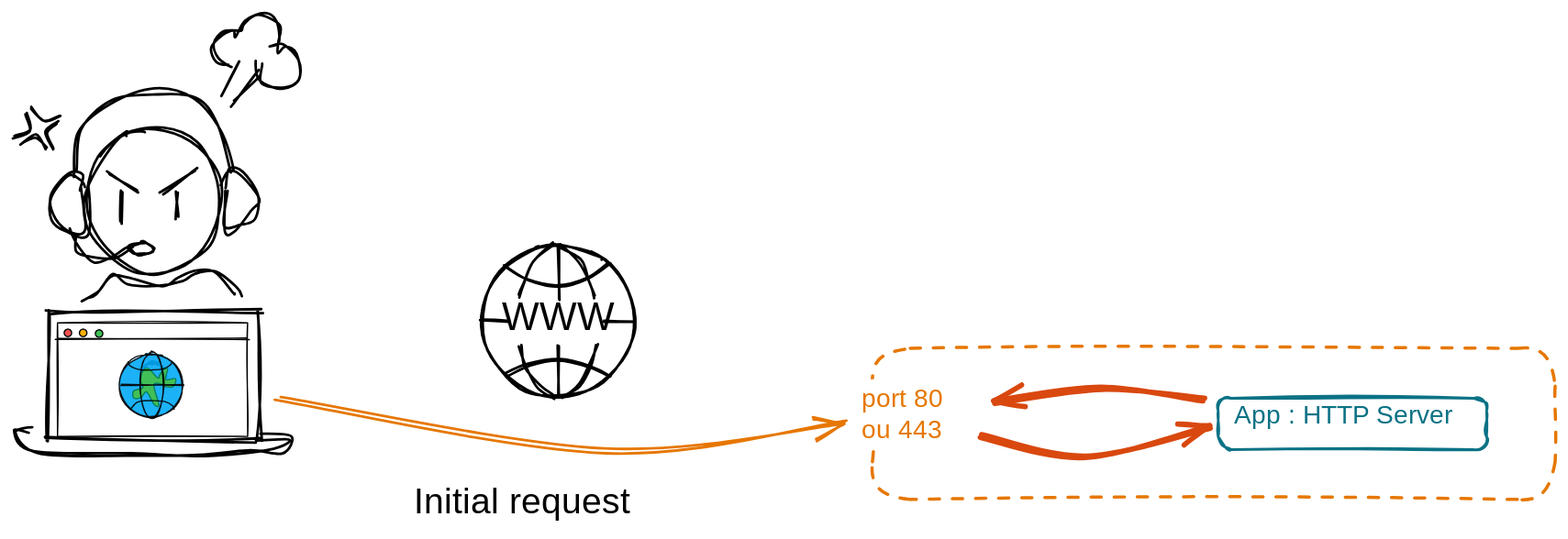
This is notebooks/media/cookie1.excalidraw.svg from ue22-p25/backend, a Excalidraw export, as it was before one commit. Source tidied: one line per element, renumbered; positions are measured from the earlier drawing's top-left corner, leaving out a move shared by most shapes.
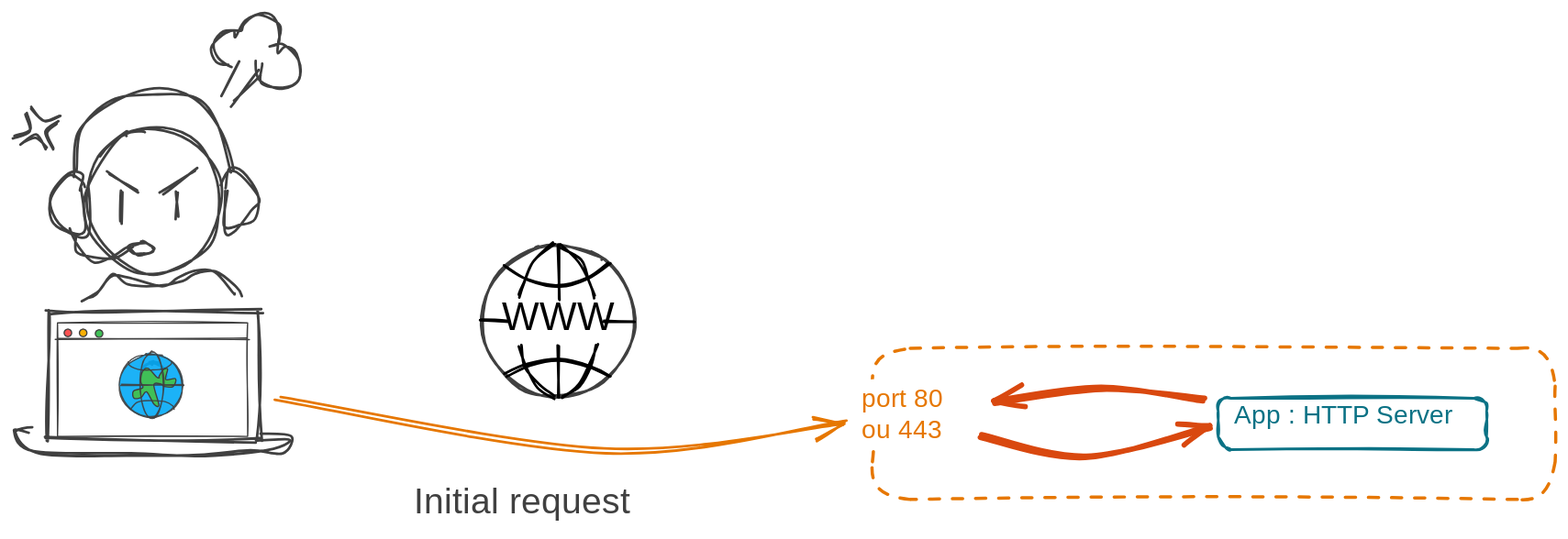
The same diagram one commit later.

What changed in the source:
```diff
@@ -1,40 +1,40 @@
 {"id": 0, "type": "rectangle", "strokeColor": "#0b7285", "strokeWidth": 2, "roughness": 2, "round": true, "x": 939, "y": 298, "width": 209, "height": 40}
 {"id": 1, "type": "text", "text": "App : HTTP Server", "strokeColor": "#0b7285", "strokeWidth": 2, "roughness": 2, "fontSize": 20, "fontFamily": 1, "x": 951, "y": 300, "width": 186, "height": 24}
-{"id": 2, "type": "ellipse", "strokeColor": "#000", "strokeWidth": 2, "roughness": 2, "round": true, "x": 55, "y": 88, "width": 108, "height": 112}
+{"id": 2, "type": "ellipse", "strokeColor": "#404040", "strokeWidth": 2, "roughness": 2, "round": true, "x": 55, "y": 88, "width": 108, "height": 112}
-{"id": 3, "type": "line", "strokeColor": "#000", "strokeWidth": 2, "roughness": 2, "round": true, "x": 55, "y": 136, "width": 25, "height": 44, "points": [[0, 0], [0, -13], [-14, -11], [-25, 5], [-22, 22], [-10, 30], [0, 31], [0, 0]]}
+{"id": 3, "type": "line", "strokeColor": "#404040", "strokeWidth": 2, "roughness": 2, "round": true, "x": 55, "y": 136, "width": 25, "height": 44, "points": [[0, 0], [0, -13], [-14, -11], [-25, 5], [-22, 22], [-10, 30], [0, 31], [0, 0]]}
-{"id": 4, "type": "line", "strokeColor": "#000", "strokeWidth": 2, "roughness": 2, "round": true, "x": 167, "y": 134, "width": 24, "height": 44, "points": [[0, 0], [0, -13], [14, -11], [24, 5], [22, 22], [10, 30], [0, 31], [0, 0]]}
+{"id": 4, "type": "line", "strokeColor": "#404040", "strokeWidth": 2, "roughness": 2, "round": true, "x": 167, "y": 134, "width": 24, "height": 44, "points": [[0, 0], [0, -13], [14, -11], [24, 5], [22, 22], [10, 30], [0, 31], [0, 0]]}
-{"id": 5, "type": "line", "strokeColor": "#000", "strokeWidth": 2, "roughness": 2, "round": true, "x": 47, "y": 123, "width": 122, "height": 64, "points": [[0, 0], [7, -33], [29, -58], [61, -64], [94, -58], [114, -37], [122, -3]]}
+{"id": 5, "type": "line", "strokeColor": "#404040", "strokeWidth": 2, "roughness": 2, "round": true, "x": 47, "y": 123, "width": 122, "height": 64, "points": [[0, 0], [7, -33], [29, -58], [61, -64], [94, -58], [114, -37], [122, -3]]}
-{"id": 6, "type": "line", "strokeColor": "#000", "strokeWidth": 2, "roughness": 2, "round": true, "x": 45, "y": 167, "width": 46, "height": 23, "points": [[0, 0], [6, 13], [17, 23], [32, 22], [46, 15]]}
+{"id": 6, "type": "line", "strokeColor": "#404040", "strokeWidth": 2, "roughness": 2, "round": true, "x": 45, "y": 167, "width": 46, "height": 23, "points": [[0, 0], [6, 13], [17, 23], [32, 22], [46, 15]]}
-{"id": 7, "type": "ellipse", "strokeColor": "#000", "strokeWidth": 2, "roughness": 2, "round": true, "x": 90, "y": 176, "width": 20, "height": 9}
+{"id": 7, "type": "ellipse", "strokeColor": "#404040", "strokeWidth": 2, "roughness": 2, "round": true, "x": 90, "y": 176, "width": 20, "height": 9}
-{"id": 8, "type": "rectangle", "strokeColor": "#000", "strokeWidth": 2, "roughness": 2, "x": 27, "y": 230, "width": 165, "height": 99}
+{"id": 8, "type": "rectangle", "strokeColor": "#404040", "strokeWidth": 2, "roughness": 2, "x": 27, "y": 230, "width": 165, "height": 99}
-{"id": 9, "type": "ellipse", "strokeColor": "#000", "strokeWidth": 2, "roughness": 2, "x": 102, "y": 270, "width": 16, "height": 16}
+{"id": 9, "type": "ellipse", "strokeColor": "#404040", "strokeWidth": 2, "roughness": 2, "x": 102, "y": 270, "width": 16, "height": 16}
-{"id": 10, "type": "line", "strokeColor": "#000", "strokeWidth": 2, "roughness": 2, "round": true, "x": 74, "y": 122, "width": 23, "height": 15, "points": [[0, 0], [23, 15]]}
+{"id": 10, "type": "line", "strokeColor": "#404040", "strokeWidth": 2, "roughness": 2, "round": true, "x": 74, "y": 122, "width": 23, "height": 15, "points": [[0, 0], [23, 15]]}
-{"id": 11, "type": "line", "strokeColor": "#000", "strokeWidth": 2, "roughness": 2, "round": true, "x": 116, "y": 137, "width": 27, "height": 16, "points": [[0, 0], [27, -16]]}
+{"id": 11, "type": "line", "strokeColor": "#404040", "strokeWidth": 2, "roughness": 2, "round": true, "x": 116, "y": 137, "width": 27, "height": 16, "points": [[0, 0], [27, -16]]}
-{"id": 12, "type": "line", "strokeColor": "#000", "strokeWidth": 2, "roughness": 2, "round": true, "x": 1, "y": 94, "width": 12, "height": 18, "points": [[0, 0], [12, -6], [11, -18]]}
+{"id": 12, "type": "line", "strokeColor": "#404040", "strokeWidth": 2, "roughness": 2, "round": true, "x": 1, "y": 94, "width": 12, "height": 18, "points": [[0, 0], [12, -6], [11, -18]]}
-{"id": 13, "type": "line", "strokeColor": "#000", "angle": 4.38, "strokeWidth": 2, "roughness": 2, "round": true, "x": 11, "y": 110, "width": 12, "height": 18, "points": [[0, 0], [12, -6], [11, -18]]}
+{"id": 13, "type": "line", "strokeColor": "#404040", "angle": 4.38, "strokeWidth": 2, "roughness": 2, "round": true, "x": 11, "y": 110, "width": 12, "height": 18, "points": [[0, 0], [12, -6], [11, -18]]}
-{"id": 14, "type": "line", "strokeColor": "#000", "angle": 2.77, "strokeWidth": 2, "roughness": 2, "round": true, "x": 27, "y": 101, "width": 12, "height": 18, "points": [[0, 0], [12, -6], [11, -18]]}
+{"id": 14, "type": "line", "strokeColor": "#404040", "angle": 2.77, "strokeWidth": 2, "roughness": 2, "round": true, "x": 27, "y": 101, "width": 12, "height": 18, "points": [[0, 0], [12, -6], [11, -18]]}
-{"id": 15, "type": "line", "strokeColor": "#000", "angle": 1.31, "strokeWidth": 2, "roughness": 2, "round": true, "x": 20, "y": 84, "width": 12, "height": 18, "points": [[0, 0], [12, -6], [11, -18]]}
+{"id": 15, "type": "line", "strokeColor": "#404040", "angle": 1.31, "strokeWidth": 2, "roughness": 2, "round": true, "x": 20, "y": 84, "width": 12, "height": 18, "points": [[0, 0], [12, -6], [11, -18]]}
-{"id": 16, "type": "line", "strokeColor": "#000", "strokeWidth": 2, "roughness": 2, "round": true, "x": 163, "y": 61, "width": 12, "height": 25, "points": [[0, 0], [12, -25]]}
+{"id": 16, "type": "line", "strokeColor": "#404040", "strokeWidth": 2, "roughness": 2, "round": true, "x": 163, "y": 61, "width": 12, "height": 25, "points": [[0, 0], [12, -25]]}
-{"id": 17, "type": "line", "strokeColor": "#000", "strokeWidth": 2, "roughness": 2, "round": true, "x": 171, "y": 68, "width": 21, "height": 23, "points": [[0, 0], [21, -23]]}
+{"id": 17, "type": "line", "strokeColor": "#404040", "strokeWidth": 2, "roughness": 2, "round": true, "x": 171, "y": 68, "width": 21, "height": 23, "points": [[0, 0], [21, -23]]}
-{"id": 18, "type": "line", "strokeColor": "#000", "strokeWidth": 2, "roughness": 2, "round": true, "x": 169, "y": 38, "width": 64, "height": 56, "points": [[0, 0], [-10, -5], [-12, -18], [-2, -27], [7, -26], [9, -25], [13, -34], [24, -38], [37, -32], [40, -19], [35, -11], [41, -13], [50, -7], [53, 8], [42, 18], [25, 12], [22, -4]]}
+{"id": 18, "type": "line", "strokeColor": "#404040", "strokeWidth": 2, "roughness": 2, "round": true, "x": 169, "y": 38, "width": 64, "height": 56, "points": [[0, 0], [-10, -5], [-12, -18], [-2, -27], [7, -26], [9, -25], [13, -34], [24, -38], [37, -32], [40, -19], [35, -11], [41, -13], [50, -7], [53, 8], [42, 18], [25, 12], [22, -4]]}
-{"id": 19, "type": "line", "strokeColor": "#000", "strokeWidth": 2, "roughness": 2, "round": true, "x": 85, "y": 137, "width": 0, "height": 24, "points": [[0, 0], [0, 24]]}
+{"id": 19, "type": "line", "strokeColor": "#404040", "strokeWidth": 2, "roughness": 2, "round": true, "x": 85, "y": 137, "width": 0, "height": 24, "points": [[0, 0], [0, 24]]}
-{"id": 20, "type": "line", "strokeColor": "#000", "strokeWidth": 2, "roughness": 2, "round": true, "x": 129, "y": 137, "width": 1, "height": 21, "points": [[0, 0], [-1, 21]]}
+{"id": 20, "type": "line", "strokeColor": "#404040", "strokeWidth": 2, "roughness": 2, "round": true, "x": 129, "y": 137, "width": 1, "height": 21, "points": [[0, 0], [-1, 21]]}
-{"id": 21, "type": "line", "strokeColor": "#000", "strokeWidth": 2, "roughness": 2, "round": true, "x": 56, "y": 221, "width": 120, "height": 25, "points": [[0, 0], [11, -6], [21, -19], [35, -14], [58, -10], [74, -15], [88, -22], [99, -25], [116, -9], [120, -1]]}
+{"id": 21, "type": "line", "strokeColor": "#404040", "strokeWidth": 2, "roughness": 2, "round": true, "x": 56, "y": 221, "width": 120, "height": 25, "points": [[0, 0], [11, -6], [21, -19], [35, -14], [58, -10], [74, -15], [88, -22], [99, -25], [116, -9], [120, -1]]}
-{"id": 22, "type": "line", "strokeColor": "#000", "strokeWidth": 2, "roughness": 2, "round": true, "x": 193, "y": 327, "width": 216, "height": 20, "points": [[0, 0], [23, 2], [19, 13], [-6, 13], [-51, 15], [-101, 14], [-174, 12], [-193, 0], [-180, -5]]}
+{"id": 22, "type": "line", "strokeColor": "#404040", "strokeWidth": 2, "roughness": 2, "round": true, "x": 193, "y": 327, "width": 216, "height": 20, "points": [[0, 0], [23, 2], [19, 13], [-6, 13], [-51, 15], [-101, 14], [-174, 12], [-193, 0], [-180, -5]]}
-{"id": 23, "type": "rectangle", "strokeColor": "#000000", "strokeWidth": 1, "roughness": 1, "x": 35, "y": 239, "width": 148, "height": 89}
+{"id": 23, "type": "rectangle", "strokeColor": "#404040", "strokeWidth": 1, "roughness": 1, "x": 35, "y": 239, "width": 148, "height": 89}
-{"id": 24, "type": "line", "strokeColor": "#000000", "strokeWidth": 1, "roughness": 1, "round": true, "x": 34, "y": 251, "width": 149, "height": 0, "points": [[0, 0], [149, 0]]}
+{"id": 24, "type": "line", "strokeColor": "#404040", "strokeWidth": 1, "roughness": 1, "round": true, "x": 34, "y": 251, "width": 149, "height": 0, "points": [[0, 0], [149, 0]]}
-{"id": 25, "type": "ellipse", "strokeColor": "#000000", "backgroundColor": "#fa5252", "fillStyle": "solid", "strokeWidth": 1, "roughness": 0, "x": 40, "y": 244, "width": 6, "height": 6}
+{"id": 25, "type": "ellipse", "strokeColor": "#404040", "backgroundColor": "#fa5252", "fillStyle": "solid", "strokeWidth": 1, "roughness": 0, "x": 40, "y": 244, "width": 6, "height": 6}
-{"id": 26, "type": "ellipse", "strokeColor": "#000000", "backgroundColor": "#fab005", "fillStyle": "solid", "strokeWidth": 1, "roughness": 0, "x": 52, "y": 244, "width": 6, "height": 6}
+{"id": 26, "type": "ellipse", "strokeColor": "#404040", "backgroundColor": "#fab005", "fillStyle": "solid", "strokeWidth": 1, "roughness": 0, "x": 52, "y": 244, "width": 6, "height": 6}
-{"id": 27, "type": "ellipse", "strokeColor": "#000000", "backgroundColor": "#40c057", "fillStyle": "solid", "strokeWidth": 1, "roughness": 0, "x": 65, "y": 244, "width": 6, "height": 6}
+{"id": 27, "type": "ellipse", "strokeColor": "#404040", "backgroundColor": "#40c057", "fillStyle": "solid", "strokeWidth": 1, "roughness": 0, "x": 65, "y": 244, "width": 6, "height": 6}
-{"id": 28, "type": "ellipse", "strokeColor": "#000000", "backgroundColor": "#04aaf7", "fillStyle": "solid", "strokeWidth": 1, "roughness": 1, "opacity": 90, "x": 83, "y": 263, "width": 49, "height": 49}
+{"id": 28, "type": "ellipse", "strokeColor": "#404040", "backgroundColor": "#04aaf7", "fillStyle": "solid", "strokeWidth": 1, "roughness": 1, "opacity": 90, "x": 83, "y": 263, "width": 49, "height": 49}
-{"id": 29, "type": "line", "strokeColor": "#087f5b", "backgroundColor": "#40c057", "fillStyle": "solid", "strokeWidth": 1, "roughness": 0, "round": true, "x": 115, "y": 282, "width": 33, "height": 28, "points": [[0, 0], [-2, 0], [-9, -7], [-13, -5], [-15, 3], [-13, 8], [-20, 10], [-20, 16], [-14, 15], [-10, 11], [-4, 21], [0, 21], [-4, 6], [2, 5], [4, 7], [11, 7], [13, 1], [5, 1], [6, -7], [3, -6], [0, -1], [0, 0]]}
+{"id": 29, "type": "line", "strokeColor": "#404040", "backgroundColor": "#40c057", "fillStyle": "solid", "strokeWidth": 1, "roughness": 0, "round": true, "x": 115, "y": 282, "width": 33, "height": 28, "points": [[0, 0], [-2, 0], [-9, -7], [-13, -5], [-15, 3], [-13, 8], [-20, 10], [-20, 16], [-14, 15], [-10, 11], [-4, 21], [0, 21], [-4, 6], [2, 5], [4, 7], [11, 7], [13, 1], [5, 1], [6, -7], [3, -6], [0, -1], [0, 0]]}
-{"id": 30, "type": "line", "strokeColor": "#000000", "backgroundColor": "#99bcff", "fillStyle": "solid", "strokeWidth": 1, "roughness": 1, "opacity": 90, "round": true, "x": 84, "y": 287, "width": 49, "height": 0, "points": [[0, 0], [49, 0]]}
+{"id": 30, "type": "line", "strokeColor": "#404040", "backgroundColor": "#99bcff", "fillStyle": "solid", "strokeWidth": 1, "roughness": 1, "opacity": 90, "round": true, "x": 84, "y": 287, "width": 49, "height": 0, "points": [[0, 0], [49, 0]]}
-{"id": 31, "type": "line", "strokeColor": "#000000", "backgroundColor": "#99bcff", "fillStyle": "solid", "strokeWidth": 1, "roughness": 0, "opacity": 90, "round": true, "x": 90, "y": 269, "width": 34, "height": 7, "points": [[0, 0], [1, 3], [5, 5], [10, 6], [18, 6], [27, 5], [33, 2], [34, 0]]}
+{"id": 31, "type": "line", "strokeColor": "#404040", "backgroundColor": "#99bcff", "fillStyle": "solid", "strokeWidth": 1, "roughness": 0, "opacity": 90, "round": true, "x": 90, "y": 269, "width": 34, "height": 7, "points": [[0, 0], [1, 3], [5, 5], [10, 6], [18, 6], [27, 5], [33, 2], [34, 0]]}
-{"id": 32, "type": "ellipse", "strokeColor": "#000000", "strokeWidth": 1, "roughness": 1, "opacity": 90, "x": 100, "y": 261, "width": 18, "height": 52}
+{"id": 32, "type": "ellipse", "strokeColor": "#404040", "strokeWidth": 1, "roughness": 1, "opacity": 90, "x": 100, "y": 261, "width": 18, "height": 52}
-{"id": 33, "type": "line", "strokeColor": "#000000", "backgroundColor": "#99bcff", "fillStyle": "solid", "strokeWidth": 1, "roughness": 0, "opacity": 90, "round": true, "x": 92, "y": 306, "width": 34, "height": 7, "points": [[0, 0], [5, -5], [10, -6], [18, -7], [27, -6], [33, -2], [34, 0]]}
+{"id": 33, "type": "line", "strokeColor": "#404040", "backgroundColor": "#99bcff", "fillStyle": "solid", "strokeWidth": 1, "roughness": 0, "opacity": 90, "round": true, "x": 92, "y": 306, "width": 34, "height": 7, "points": [[0, 0], [5, -5], [10, -6], [18, -7], [27, -6], [33, -2], [34, 0]]}
 {"id": 34, "type": "arrow", "strokeColor": "#e67700", "strokeWidth": 2, "roughness": 2, "endArrowhead": "arrow", "round": true, "from": 32, "to": 49, "x": 205, "y": 298, "width": 444, "height": 40, "points": [[0, 0], [255, 40], [444, 18]]}
 {"id": 35, "type": "rectangle", "strokeColor": "#e67700", "strokeWidth": 2, "strokeStyle": "dashed", "roughness": 2, "round": true, "x": 670, "y": 259, "width": 532, "height": 118}
-{"id": 36, "type": "ellipse", "strokeColor": "#000000", "strokeWidth": 2, "roughness": 1, "x": 365, "y": 178, "width": 119, "height": 119}
+{"id": 36, "type": "ellipse", "strokeColor": "#404040", "strokeWidth": 2, "roughness": 1, "x": 365, "y": 178, "width": 119, "height": 119}
 {"id": 37, "type": "line", "strokeColor": "#000000", "strokeWidth": 2, "roughness": 1, "round": true, "x": 383, "y": 195, "width": 81, "height": 18, "points": [[0, 0], [18, 10], [42, 15], [66, 9], [81, -3]]}
 {"id": 38, "type": "line", "strokeColor": "#000000", "strokeWidth": 2, "roughness": 1, "round": true, "x": 384, "y": 279, "width": 81, "height": 14, "points": [[0, 0], [18, -8], [42, -12], [66, -7], [81, 2]]}
 {"id": 39, "type": "text", "text": "WWW", "strokeColor": "#000000", "strokeWidth": 2, "roughness": 1, "fontSize": 30.63, "fontFamily": 1, "textAlign": "center", "verticalAlign": "middle", "x": 391, "y": 219, "width": 69, "height": 36}
@@ -50,4 +50,4 @@
 {"id": 49, "type": "text", "text": "port 80 \nou 443", "strokeColor": "#e67700", "strokeWidth": 2, "strokeStyle": "dashed", "roughness": 2, "fontSize": 20, "fontFamily": 3, "x": 661, "y": 285, "width": 94, "height": 48}
 {"id": 50, "type": "arrow", "strokeColor": "#d9480f", "angle": 6.27, "backgroundColor": "#ffffff", "fillStyle": "solid", "strokeWidth": 4, "roughness": 1, "endArrowhead": "arrow", "round": true, "from": 49, "to": 35, "x": 754, "y": 326, "width": 179, "height": 22, "points": [[0, 0], [82, 18], [179, -4]]}
 {"id": 51, "type": "arrow", "strokeColor": "#d9480f", "backgroundColor": "#ffffff", "fillStyle": "solid", "strokeWidth": 4, "roughness": 1, "endArrowhead": "arrow", "round": true, "from": 35, "to": 49, "x": 929, "y": 298, "width": 164, "height": 11, "points": [[0, 0], [-81, -8], [-164, 3]]}
-{"id": 52, "type": "text", "text": "Initial request", "strokeColor": "#000000", "backgroundColor": "#ffffff", "fillStyle": "solid", "strokeWidth": 4, "roughness": 2, "fontSize": 28, "fontFamily": 1, "x": 313, "y": 364, "width": 201, "height": 34}
+{"id": 52, "type": "text", "text": "Initial request", "strokeColor": "#404040", "backgroundColor": "#ffffff", "fillStyle": "solid", "strokeWidth": 4, "roughness": 2, "fontSize": 28, "fontFamily": 1, "x": 313, "y": 364, "width": 201, "height": 34}
```
